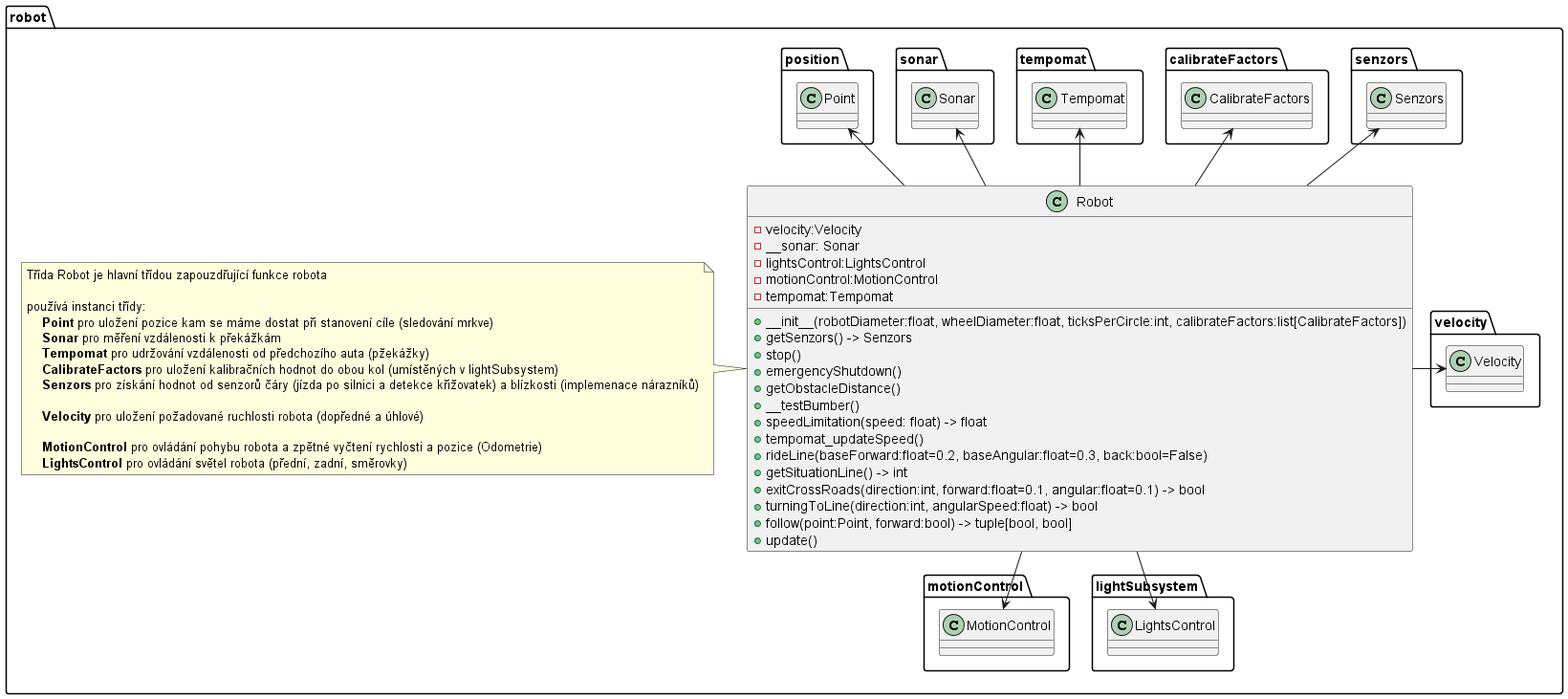
The PlantUML diagram doc/robot.png in JanChaloupek/robot-programming2, before a commit. Source of this version:
```plantuml
@startuml robot

namespace robot {

    class Robot {
	    - velocity:Velocity
	    -__sonar: Sonar
	    - lightsControl:LightsControl
	    - motionControl:MotionControl
	    - tempomat:Tempomat
	    + __init__(robotDiameter:float, wheelDiameter:float, ticksPerCircle:int, calibrateFactors:list[CalibrateFactors])
	    + getSenzors() -> Senzors
	    + stop()
	    + emergencyShutdown()
	    + getObstacleDistance()
	    + __testBumber()
	    + speedLimitation(speed: float) -> float
	    + tempomat_updateSpeed()
	    + rideLine(baseForward:float=0.2, baseAngular:float=0.3, back:bool=False)
	    + getSituationLine() -> int
	    + exitCrossRoads(direction:int, forward:float=0.1, angular:float=0.1) -> bool
	    + turningToLine(direction:int, angularSpeed:float) -> bool
	    + follow(point:Point, forward:bool) -> tuple[bool, bool]
	    + update()
    }
    note left of Robot
        Třída Robot je hlavní třídou zapouzdřující funkce robota

        používá instanci třídy:
            <b>Point</b> pro uložení pozice kam se máme dostat při stanovení cíle (sledování mrkve)
            <b>Sonar</b> pro měření vzdálenosti k překážkám
            <b>Tempomat</b> pro udržování vzdálenosti od předchozího auta (pžekážky)
            <b>CalibrateFactors</b> pro uložení kalibračních hodnot do obou kol (umístěných v lightSubsystem)
            <b>Senzors</b> pro získání hodnot od senzorů čáry (jízda po silnici a detekce křižovatek) a blízkosti (implemenace nárazníků)

            <b>Velocity</b> pro uložení požadované ruchlosti robota (dopředné a úhlové)

            <b>MotionControl</b> pro ovládání pohybu robota a zpětné vyčtení rychlosti a pozice (Odometrie)
            <b>LightsControl</b> pro ovládání světel robota (přední, zadní, směrovky)
    end note

    Robot -right-> velocity.Velocity
    Robot -up-> calibrateFactors.CalibrateFactors
    Robot -up-> senzors.Senzors
    Robot -up-> tempomat.Tempomat
    Robot -up-> sonar.Sonar
    Robot -up-> position.Point
    Robot -down-> motionControl.MotionControl
    Robot -down-> lightSubsystem.LightsControl
}

@enduml
```
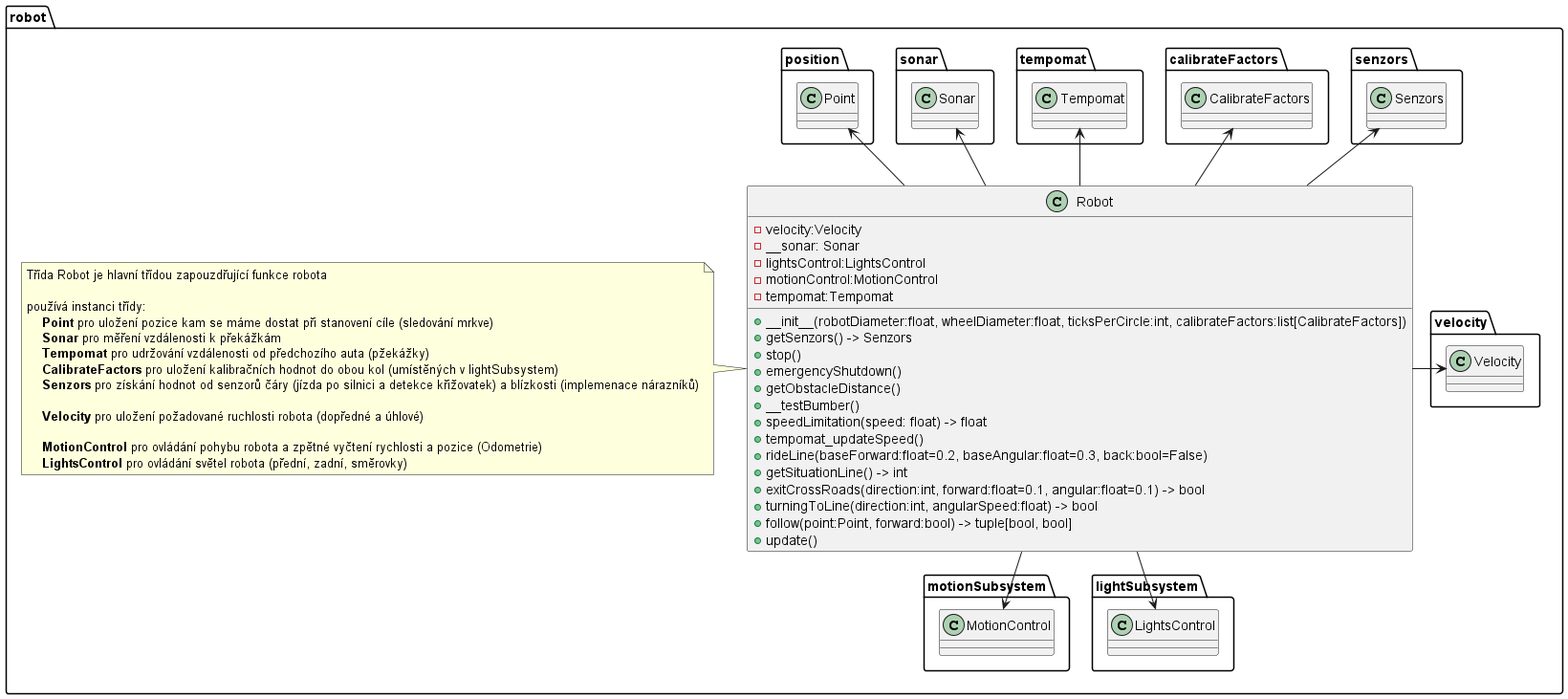
The same file after the commit.

What changed in the source:
```diff
@@ -45,7 +45,7 @@
     Robot -up-> tempomat.Tempomat
     Robot -up-> sonar.Sonar
     Robot -up-> position.Point
-    Robot -down-> motionControl.MotionControl
+    Robot -down-> motionSubsystem.MotionControl
     Robot -down-> lightSubsystem.LightsControl
 }
 
```
